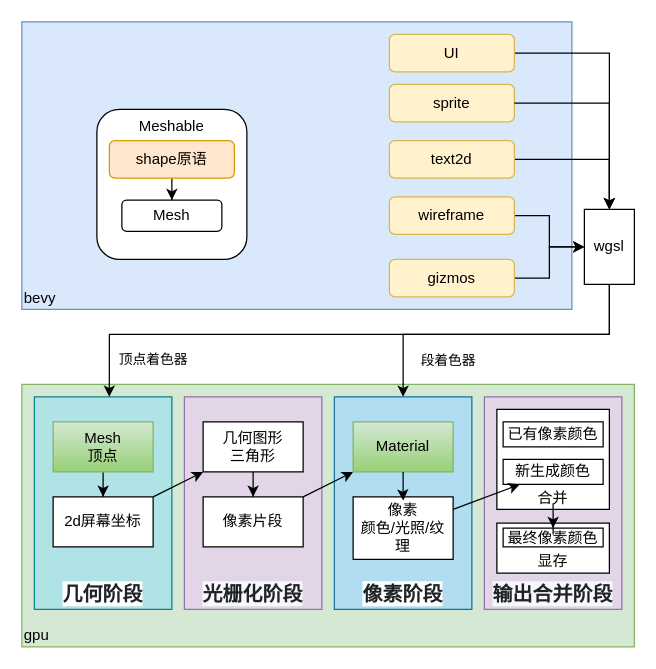
The draw.io diagram page "网格和材质的渲染" (1 of 4) of bevy-0.17.drawio in topkg/graph, before the edit. Source tidied: cells renumbered, new cells numbered last; positions are measured from the earlier drawing's top-left corner, leaving out a move shared by most shapes. Both pictures are drawn from the tidied source at 125%, with x=0, y=0 at pixel (21, 21).
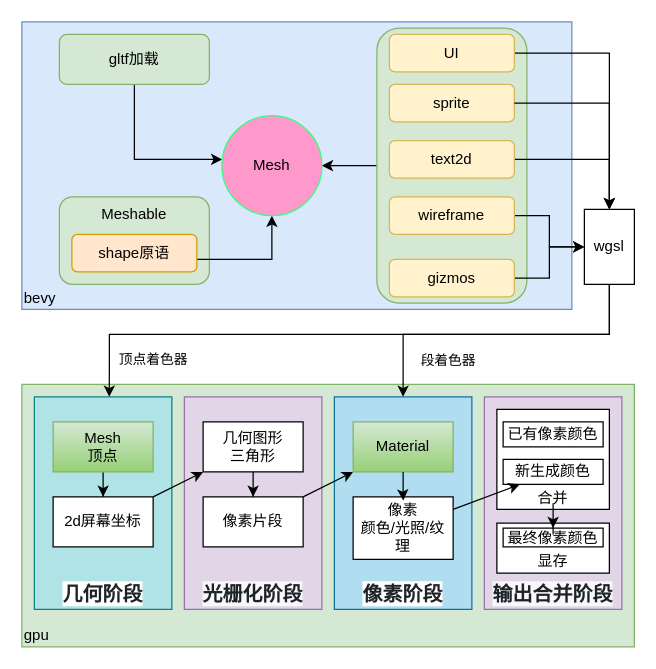
Above is the later version.

Diff of the diagram source:
```diff
@@
+    <mxCell id="45" style="edgeStyle=orthogonalEdgeStyle;rounded=0;jettySize=auto;html=1;" parent="1" edge="1" source="46" target="39">
+      <mxGeometry relative="1" as="geometry" />
+    </mxCell>
+    <mxCell id="46" style="rounded=1;whiteSpace=wrap;html=1;fillColor=#d5e8d4;strokeColor=#82b366;" parent="1" vertex="1">
+      <mxGeometry x="284" y="5" width="120" height="220" as="geometry" />
+    </mxCell>
@@
-    <mxCell id="9" value="Meshable" style="rounded=1;whiteSpace=wrap;html=1;verticalAlign=top;" parent="1" vertex="1">
-      <mxGeometry x="60" y="70" width="120" height="120" as="geometry" />
+    <mxCell id="9" value="Meshable" style="rounded=1;whiteSpace=wrap;html=1;verticalAlign=top;fillColor=#d5e8d4;strokeColor=#82b366;" parent="1" vertex="1">
+      <mxGeometry x="30" y="140" width="120" height="70" as="geometry" />
     </mxCell>
-    <mxCell id="10" style="edgeStyle=orthogonalEdgeStyle;rounded=0;jettySize=auto;html=1;entryX=0.5;entryY=0;entryDx=0;entryDy=0;" parent="1" edge="1" source="11" target="39">
-      <mxGeometry relative="1" as="geometry" />
+    <mxCell id="10" style="edgeStyle=orthogonalEdgeStyle;rounded=0;jettySize=auto;html=1;" parent="1" edge="1" source="11" target="39">
+      <mxGeometry relative="1" as="geometry">
+        <Array as="points">
+          <mxPoint x="200" y="190" />
+        </Array>
+      </mxGeometry>
     </mxCell>
     <mxCell id="11" value="shape原语" style="rounded=1;whiteSpace=wrap;html=1;fillColor=#ffe6cc;strokeColor=#d79b00;" parent="1" vertex="1">
-      <mxGeometry x="70" y="95" width="100" height="30" as="geometry" />
+      <mxGeometry x="40" y="170" width="100" height="30" as="geometry" />
     </mxCell>
@@
-    <mxCell id="39" value="Mesh" style="rounded=1;whiteSpace=wrap;html=1;" parent="1" vertex="1">
-      <mxGeometry x="80" y="142.5" width="80" height="25" as="geometry" />
-    </mxCell>
@@
+    <mxCell id="47" style="edgeStyle=orthogonalEdgeStyle;rounded=0;jettySize=auto;html=1;" parent="1" edge="1" source="48" target="39">
+      <mxGeometry relative="1" as="geometry">
+        <Array as="points">
+          <mxPoint x="90" y="110" />
+        </Array>
+      </mxGeometry>
+    </mxCell>
+    <mxCell id="48" value="gltf加载" style="rounded=1;whiteSpace=wrap;html=1;fillColor=#d5e8d4;strokeColor=#82b366;" parent="1" vertex="1">
+      <mxGeometry x="30" y="10" width="120" height="40" as="geometry" />
+    </mxCell>
+    <mxCell id="39" value="Mesh" style="ellipse;whiteSpace=wrap;html=1;strokeColor=#33FF7C;fillColor=#FF99CC;" parent="1" vertex="1">
+      <mxGeometry x="160" y="75" width="80" height="80" as="geometry" />
+    </mxCell>
```
